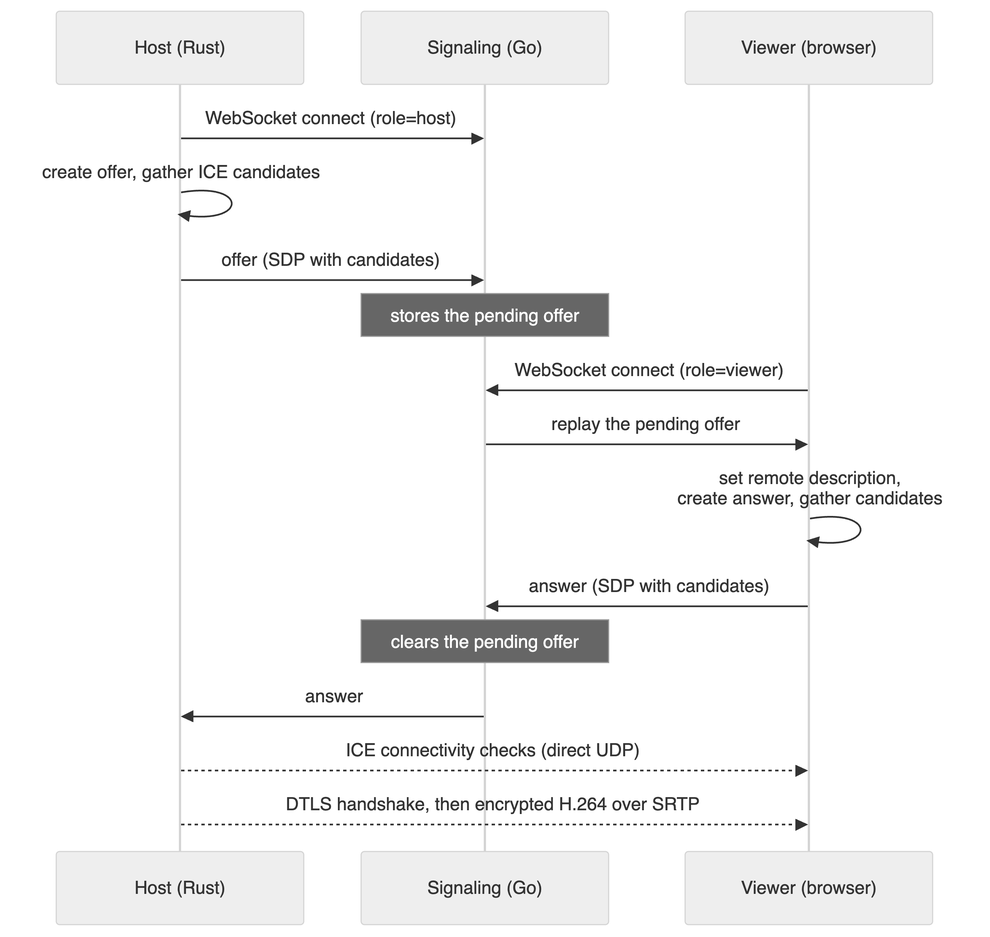
AbhishekS-06/RemoteBridge keeps this Mermaid diagram as docs/diagrams/connection-setup.png. Above is the earlier version. Its source is kept beside it as docs/diagrams/connection-setup.mmd.
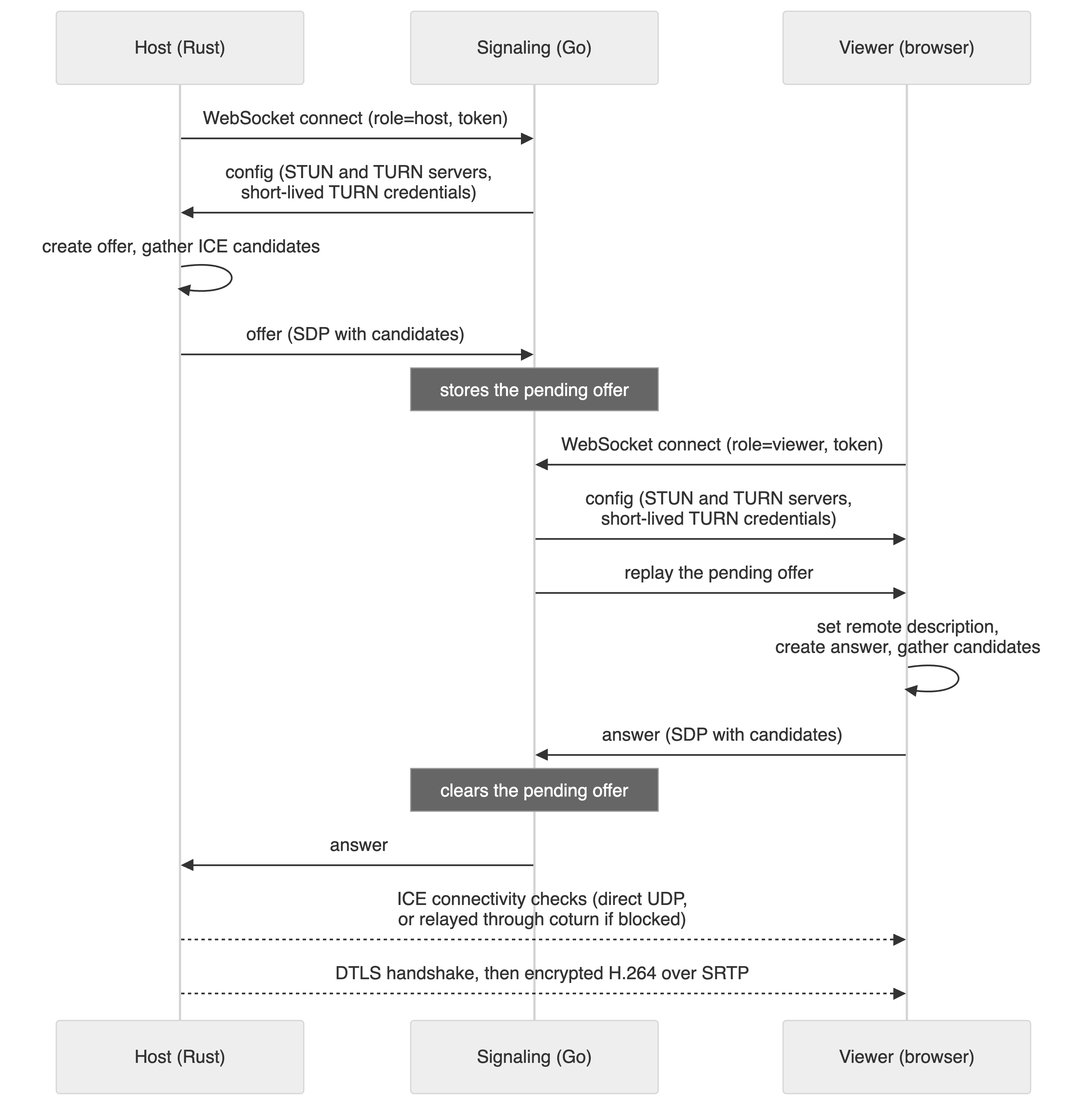
The same file after the commit.

The edit, as a diff of the source:
```diff
@@ -3,15 +3,17 @@
     participant S as Signaling (Go)
     participant V as Viewer (browser)
 
-    H->>S: WebSocket connect (role=host)
+    H->>S: WebSocket connect (role=host, token)
+    S->>H: config (STUN and TURN servers,<br/>short-lived TURN credentials)
     H->>H: create offer, gather ICE candidates
     H->>S: offer (SDP with candidates)
     Note over S: stores the pending offer
-    V->>S: WebSocket connect (role=viewer)
+    V->>S: WebSocket connect (role=viewer, token)
+    S->>V: config (STUN and TURN servers,<br/>short-lived TURN credentials)
     S->>V: replay the pending offer
     V->>V: set remote description,<br/>create answer, gather candidates
     V->>S: answer (SDP with candidates)
     Note over S: clears the pending offer
     S->>H: answer
-    H-->>V: ICE connectivity checks (direct UDP)
+    H-->>V: ICE connectivity checks (direct UDP,<br/>or relayed through coturn if blocked)
     H-->>V: DTLS handshake, then encrypted H.264 over SRTP
```
